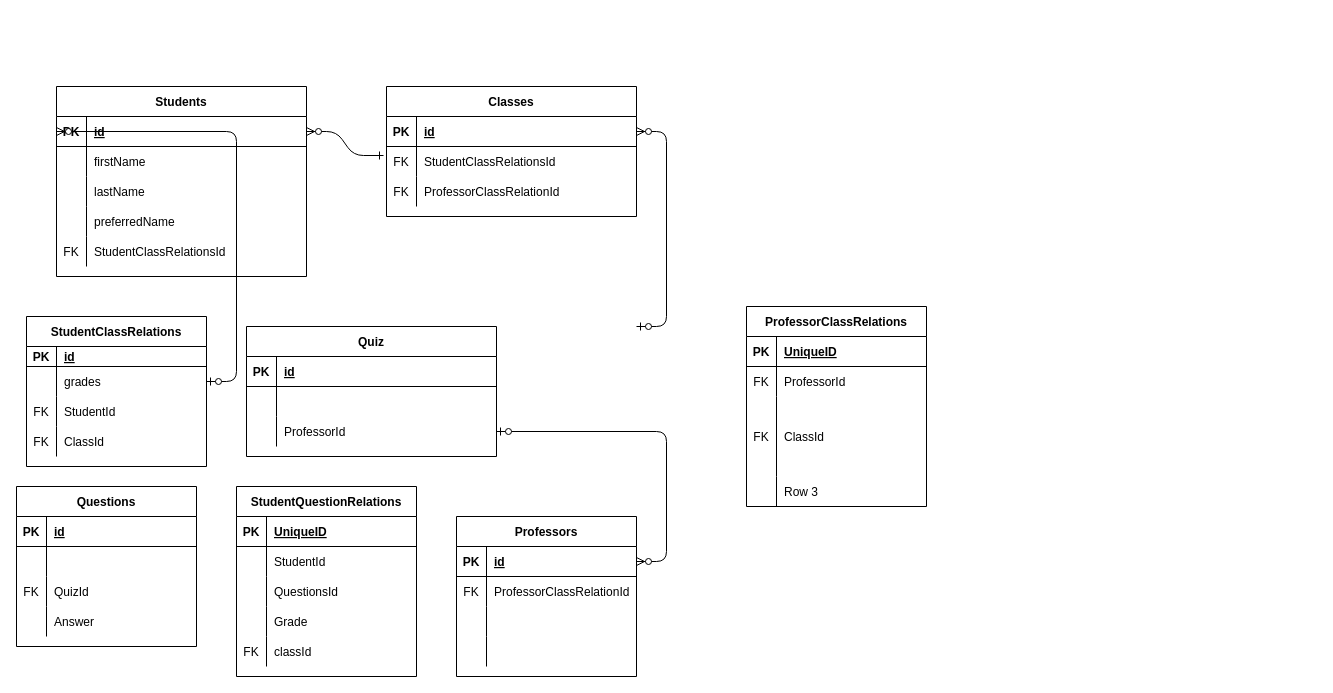
The draw.io diagram tophat ERD.drawio in HenryMao/smartTopHat, before the edit. Source tidied: cells renumbered, new cells numbered last; positions are measured from the earlier drawing's top-left corner, leaving out a move shared by most shapes. Both pictures are drawn from the tidied source at 100%, with x=0, y=0 at pixel (16, 86).
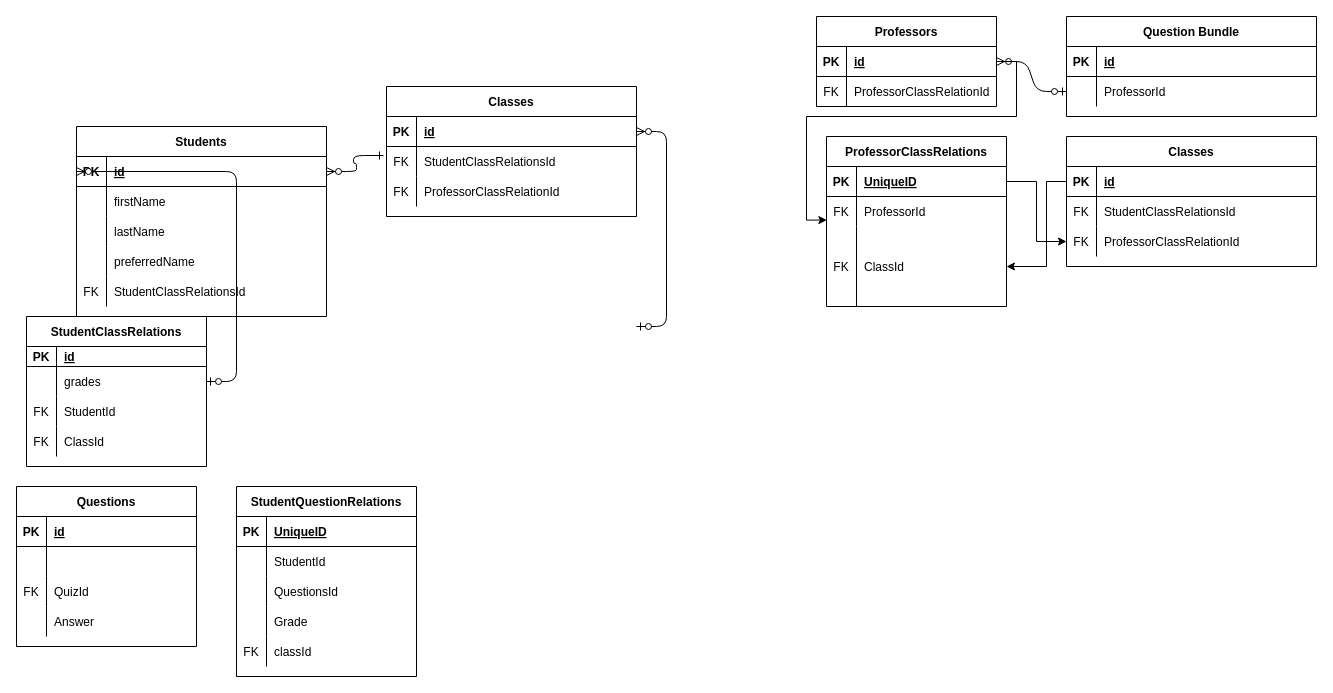
The same page after the edit.

The change refers to these unchanged cells:
```xml
<mxCell id="68" style="shape=partialRectangle;fillColor=none;top=0;left=0;bottom=1;right=0;points=[[0,0.5],[1,0.5]];portConstraint=eastwest;" parent="67" vertex="1">
  <mxGeometry y="30" width="180" height="30" as="geometry" />
</mxCell>
<mxCell id="98" style="shape=partialRectangle;fillColor=none;top=0;left=0;bottom=1;right=0;points=[[0,0.5],[1,0.5]];portConstraint=eastwest;" parent="97" vertex="1">
  <mxGeometry y="30" width="180" height="30" as="geometry" />
</mxCell>
<mxCell id="101" style="shape=partialRectangle;fillColor=none;top=0;left=0;bottom=0;right=0;points=[[0,0.5],[1,0.5]];portConstraint=eastwest;" parent="97" vertex="1">
  <mxGeometry y="60" width="180" height="30" as="geometry" />
</mxCell>
<mxCell id="104" style="shape=partialRectangle;fillColor=none;top=0;left=0;bottom=0;right=0;points=[[0,0.5],[1,0.5]];portConstraint=eastwest;" parent="97" vertex="1">
  <mxGeometry y="90" width="180" height="80" as="geometry" />
</mxCell>
```

Change to the diagram source:
```diff
@@
-    <mxCell id="13" value="Quiz" style="shape=table;startSize=30;childLayout=tableLayout;rowLines=0;fontStyle=1;align=center;" parent="1" vertex="1">
-      <mxGeometry x="230" y="240" width="250" height="130" as="geometry" />
+    <mxCell id="13" value="Question Bundle" style="shape=table;startSize=30;childLayout=tableLayout;rowLines=0;fontStyle=1;align=center;" parent="1" vertex="1">
+      <mxGeometry x="1050" y="-70" width="250" height="100" as="geometry" />
     </mxCell>
@@
-    <mxCell id="17" style="shape=partialRectangle;fillColor=none;top=0;left=0;right=0;bottom=0;" parent="13" vertex="1">
-      <mxGeometry y="60" width="250" height="30" as="geometry" />
-    </mxCell>
-    <mxCell id="18" style="shape=partialRectangle;overflow=hidden;fillColor=none;top=0;left=0;bottom=0;right=0;" parent="17" vertex="1">
-      <mxGeometry width="30" height="30" as="geometry" />
-    </mxCell>
-    <mxCell id="19" style="shape=partialRectangle;overflow=hidden;fillColor=none;top=0;left=0;bottom=0;right=0;align=left;spacingLeft=6;" parent="17" vertex="1">
-      <mxGeometry x="30" width="220" height="30" as="geometry" />
-    </mxCell>
     <mxCell id="20" style="shape=partialRectangle;fillColor=none;points=[[0,0.5],[1,0.5]];portConstraint=eastwest;top=0;left=0;right=0;bottom=0;" parent="13" vertex="1">
-      <mxGeometry y="90" width="250" height="30" as="geometry" />
+      <mxGeometry y="60" width="250" height="30" as="geometry" />
     </mxCell>
@@
     <mxCell id="23" value="Students" style="shape=table;startSize=30;childLayout=tableLayout;rowLines=0;fontStyle=1;align=center;" parent="1" vertex="1">
-      <mxGeometry x="40" width="250" height="190" as="geometry" />
+      <mxGeometry x="60" y="40" width="250" height="190" as="geometry" />
     </mxCell>
@@
     <mxCell id="67" value="Professors" style="shape=table;startSize=30;childLayout=tableLayout;rowLines=0;fontStyle=1;align=center;" parent="1" vertex="1">
-      <mxGeometry x="440" y="430" width="180" height="160" as="geometry" />
+      <mxGeometry x="800" y="-70" width="180" height="90" as="geometry" />
     </mxCell>
@@
-    <mxCell id="74" style="shape=partialRectangle;fillColor=none;top=0;left=0;bottom=0;right=0;" parent="67" vertex="1">
-      <mxGeometry y="90" width="180" height="30" as="geometry" />
-    </mxCell>
-    <mxCell id="75" style="shape=partialRectangle;fillColor=none;top=0;left=0;bottom=0;right=0;overflow=hidden;" parent="74" vertex="1">
-      <mxGeometry width="30" height="30" as="geometry" />
-    </mxCell>
-    <mxCell id="76" style="shape=partialRectangle;fillColor=none;top=0;left=0;bottom=0;right=0;align=left;spacingLeft=6;overflow=hidden;" parent="74" vertex="1">
-      <mxGeometry x="30" width="150" height="30" as="geometry" />
-    </mxCell>
-    <mxCell id="77" style="shape=partialRectangle;fillColor=none;top=0;left=0;bottom=0;right=0;" parent="67" vertex="1">
-      <mxGeometry y="120" width="180" height="30" as="geometry" />
-    </mxCell>
-    <mxCell id="78" style="shape=partialRectangle;fillColor=none;top=0;left=0;bottom=0;right=0;overflow=hidden;" parent="77" vertex="1">
-      <mxGeometry width="30" height="30" as="geometry" />
-    </mxCell>
-    <mxCell id="79" style="shape=partialRectangle;fillColor=none;top=0;left=0;bottom=0;right=0;align=left;spacingLeft=6;overflow=hidden;" parent="77" vertex="1">
-      <mxGeometry x="30" width="150" height="30" as="geometry" />
-    </mxCell>
@@
     <mxCell id="97" value="ProfessorClassRelations" style="shape=table;startSize=30;childLayout=tableLayout;rowLines=0;fontStyle=1;align=center;" parent="1" vertex="1">
-      <mxGeometry x="730" y="220" width="180" height="200" as="geometry" />
+      <mxGeometry x="810" y="50" width="180" height="170" as="geometry" />
     </mxCell>
@@
-    <mxCell id="107" style="shape=partialRectangle;fillColor=none;top=0;left=0;bottom=0;right=0;" parent="97" vertex="1">
-      <mxGeometry y="170" width="180" height="30" as="geometry" />
-    </mxCell>
-    <mxCell id="108" style="shape=partialRectangle;fillColor=none;top=0;left=0;bottom=0;right=0;overflow=hidden;" parent="107" vertex="1">
-      <mxGeometry width="30" height="30" as="geometry" />
-    </mxCell>
-    <mxCell id="109" value="Row 3" style="shape=partialRectangle;fillColor=none;top=0;left=0;bottom=0;right=0;align=left;spacingLeft=6;overflow=hidden;" parent="107" vertex="1">
-      <mxGeometry x="30" width="150" height="30" as="geometry" />
-    </mxCell>
+    <mxCell id="110" value="Classes" style="shape=table;startSize=30;childLayout=tableLayout;rowLines=0;fontStyle=1;align=center;" parent="1" vertex="1">
+      <mxGeometry x="1050" y="50" width="250" height="130" as="geometry" />
+    </mxCell>
+    <mxCell id="111" style="shape=partialRectangle;fillColor=none;points=[[0,0.5],[1,0.5]];portConstraint=eastwest;top=0;left=0;right=0;bottom=1;" parent="110" vertex="1">
+      <mxGeometry y="30" width="250" height="30" as="geometry" />
+    </mxCell>
+    <mxCell id="112" value="PK" style="shape=partialRectangle;overflow=hidden;fillColor=none;top=0;left=0;bottom=0;right=0;fontStyle=1;" parent="111" vertex="1">
+      <mxGeometry width="30" height="30" as="geometry" />
+    </mxCell>
+    <mxCell id="113" value="id" style="shape=partialRectangle;overflow=hidden;fillColor=none;top=0;left=0;bottom=0;right=0;align=left;spacingLeft=6;fontStyle=5;" parent="111" vertex="1">
+      <mxGeometry x="30" width="220" height="30" as="geometry" />
+    </mxCell>
+    <mxCell id="17" style="shape=partialRectangle;fillColor=none;top=0;left=0;right=0;bottom=0;" parent="110" vertex="1">
+      <mxGeometry y="60" width="250" height="30" as="geometry" />
+    </mxCell>
+    <mxCell id="114" value="FK" style="shape=partialRectangle;overflow=hidden;fillColor=none;top=0;left=0;bottom=0;right=0;" parent="17" vertex="1">
+      <mxGeometry width="30" height="30" as="geometry" />
+    </mxCell>
+    <mxCell id="115" value="StudentClassRelationsId" style="shape=partialRectangle;overflow=hidden;fillColor=none;top=0;left=0;bottom=0;right=0;align=left;spacingLeft=6;" parent="17" vertex="1">
+      <mxGeometry x="30" width="220" height="30" as="geometry" />
+    </mxCell>
+    <mxCell id="116" style="shape=partialRectangle;fillColor=none;points=[[0,0.5],[1,0.5]];portConstraint=eastwest;top=0;left=0;right=0;bottom=0;" parent="110" vertex="1">
+      <mxGeometry y="90" width="250" height="30" as="geometry" />
+    </mxCell>
+    <mxCell id="117" value="FK" style="shape=partialRectangle;overflow=hidden;fillColor=none;top=0;left=0;bottom=0;right=0;" parent="116" vertex="1">
+      <mxGeometry width="30" height="30" as="geometry" />
+    </mxCell>
+    <mxCell id="118" value="ProfessorClassRelationId" style="shape=partialRectangle;overflow=hidden;fillColor=none;top=0;left=0;bottom=0;right=0;align=left;spacingLeft=6;" parent="116" vertex="1">
+      <mxGeometry x="30" width="220" height="30" as="geometry" />
+    </mxCell>
+    <mxCell id="119" style="edgeStyle=orthogonalEdgeStyle;rounded=0;jettySize=auto;html=1;entryX=0;entryY=0.5;entryDx=0;entryDy=0;" parent="1" edge="1" source="98" target="116">
+      <mxGeometry relative="1" as="geometry" />
+    </mxCell>
+    <mxCell id="120" style="edgeStyle=orthogonalEdgeStyle;rounded=0;jettySize=auto;html=1;entryX=0.002;entryY=0.786;entryDx=0;entryDy=0;entryPerimeter=0;" parent="1" edge="1" source="68" target="101">
+      <mxGeometry relative="1" as="geometry">
+        <Array as="points">
+          <mxPoint x="1000" y="-25" />
+          <mxPoint x="1000" y="30" />
+          <mxPoint x="790" y="30" />
+          <mxPoint x="790" y="134" />
+        </Array>
+      </mxGeometry>
+    </mxCell>
+    <mxCell id="121" style="edgeStyle=orthogonalEdgeStyle;rounded=0;jettySize=auto;html=1;entryX=1;entryY=0.5;entryDx=0;entryDy=0;" parent="1" edge="1" source="111" target="104">
+      <mxGeometry relative="1" as="geometry">
+        <Array as="points">
+          <mxPoint x="1030" y="95" />
+          <mxPoint x="1030" y="180" />
+        </Array>
+      </mxGeometry>
+    </mxCell>
```
